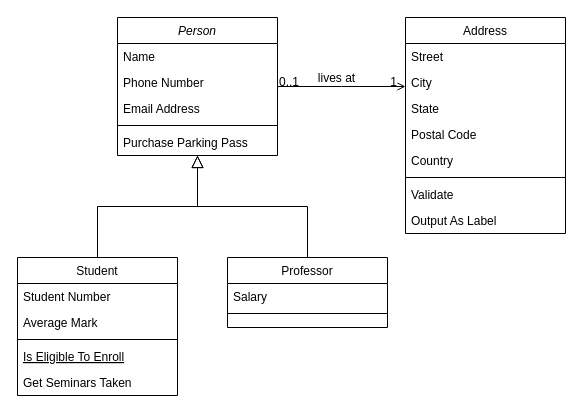
Earlier version of the draw.io diagram Untitled Diagram.drawio (cam-emmauscollege/breakout). Source tidied: cells renumbered, new cells numbered last; positions are measured from the earlier drawing's top-left corner, leaving out a move shared by most shapes. Both pictures are drawn from the tidied source at 100%, with x=0, y=0 at pixel (17, 17).
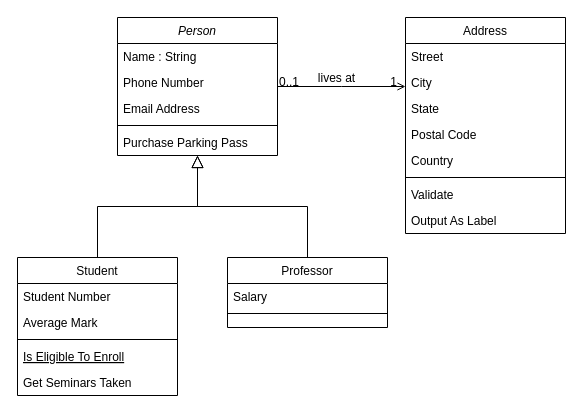
The same page after the edit.

The change refers to these unchanged cells:
```xml
<mxCell id="2" value="Person" style="swimlane;fontStyle=2;align=center;verticalAlign=top;horizontal=1;startSize=26;rounded=0;shadow=0;strokeWidth=1;" parent="1" vertex="1">
  <mxGeometry x="100" width="160" height="138" as="geometry" />
</mxCell>
```

Change to the diagram source:
```diff
@@
-    <mxCell id="3" value="Name" style="text;align=left;verticalAlign=top;spacingLeft=4;spacingRight=4;overflow=hidden;" parent="2" vertex="1">
+    <mxCell id="3" value="Name : String" style="text;align=left;verticalAlign=top;spacingLeft=4;spacingRight=4;overflow=hidden;" parent="2" vertex="1">
       <mxGeometry y="26" width="160" height="26" as="geometry" />
     </mxCell>
```
